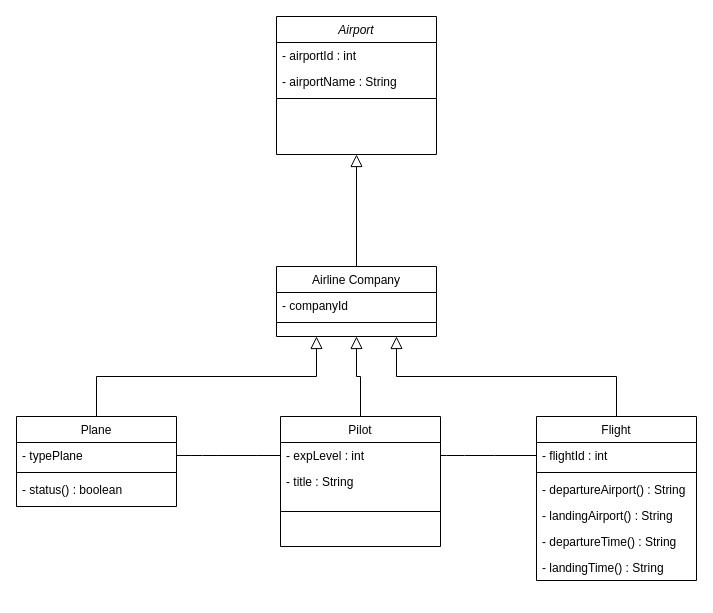
Above: src/Başlıksız Diyagram.drawio in VMA9/FlightManagementSystem (draw.io), before the change. Source tidied: cells renumbered, new cells numbered last; positions are measured from the earlier drawing's top-left corner, leaving out a move shared by most shapes. Both pictures are drawn from the tidied source at 100%, with x=0, y=0 at pixel (16, 16).
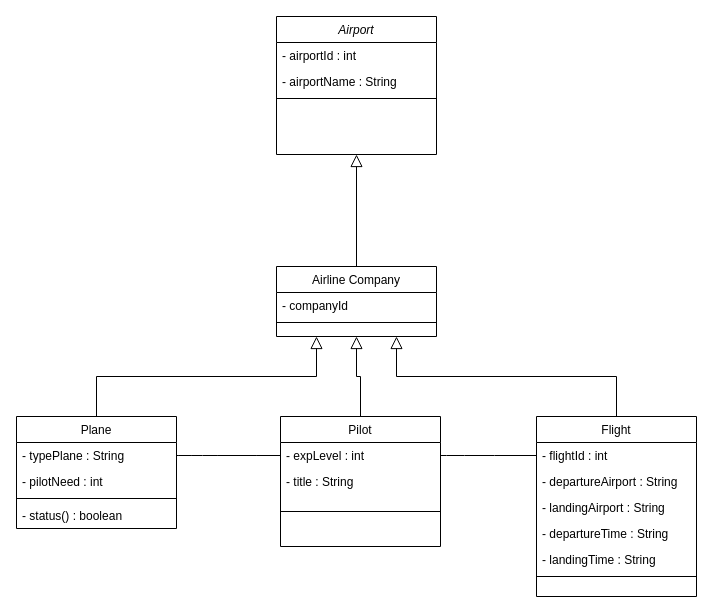
Above is the later version.

The change refers to these unchanged cells:
```xml
<mxCell id="24" value="- expLevel : int" style="text;align=left;verticalAlign=top;spacingLeft=4;spacingRight=4;overflow=hidden;points=[[0,0.5],[1,0.5]];portConstraint=eastwest;" parent="23" vertex="1">
  <mxGeometry y="26" width="160" height="26" as="geometry" />
</mxCell>
```

Diff of the diagram source:
```diff
@@
     <mxCell id="6" value="Plane" style="swimlane;fontStyle=0;align=center;verticalAlign=top;horizontal=1;startSize=26;rounded=0;shadow=0;strokeWidth=1;" parent="1" vertex="1">
-      <mxGeometry y="400" width="160" height="90" as="geometry" />
+      <mxGeometry y="400" width="160" height="112" as="geometry" />
     </mxCell>
+    <mxCell id="30" value="- typePlane : String" style="text;align=left;verticalAlign=top;spacingLeft=4;spacingRight=4;overflow=hidden;points=[[0,0.5],[1,0.5]];portConstraint=eastwest;" parent="6" vertex="1">
+      <mxGeometry y="26" width="160" height="26" as="geometry" />
+    </mxCell>
-    <mxCell id="7" value="- typePlane" style="text;align=left;verticalAlign=top;spacingLeft=4;spacingRight=4;overflow=hidden;points=[[0,0.5],[1,0.5]];portConstraint=eastwest;" parent="6" vertex="1">
-      <mxGeometry y="26" width="160" height="26" as="geometry" />
+    <mxCell id="7" value="- pilotNeed : int" style="text;align=left;verticalAlign=top;spacingLeft=4;spacingRight=4;overflow=hidden;points=[[0,0.5],[1,0.5]];portConstraint=eastwest;" parent="6" vertex="1">
+      <mxGeometry y="52" width="160" height="26" as="geometry" />
     </mxCell>
     <mxCell id="8" style="line;html=1;strokeWidth=1;align=left;verticalAlign=middle;spacingTop=-1;spacingLeft=3;spacingRight=3;labelPosition=right;" parent="6" vertex="1">
-      <mxGeometry y="52" width="160" height="8" as="geometry" />
+      <mxGeometry y="78" width="160" height="8" as="geometry" />
     </mxCell>
     <mxCell id="9" value="- status() : boolean" style="text;align=left;verticalAlign=top;spacingLeft=4;spacingRight=4;overflow=hidden;" parent="6" vertex="1">
-      <mxGeometry y="60" width="160" height="26" as="geometry" />
+      <mxGeometry y="86" width="160" height="26" as="geometry" />
     </mxCell>
@@
     <mxCell id="15" value="Flight" style="swimlane;fontStyle=0;align=center;verticalAlign=top;horizontal=1;startSize=26;rounded=0;shadow=0;strokeWidth=1;" parent="1" vertex="1">
-      <mxGeometry x="520" y="400" width="160" height="164" as="geometry" />
+      <mxGeometry x="520" y="400" width="160" height="180" as="geometry" />
     </mxCell>
@@
-    <mxCell id="17" style="line;html=1;strokeWidth=1;align=left;verticalAlign=middle;spacingTop=-1;spacingLeft=3;spacingRight=3;labelPosition=right;" parent="15" vertex="1">
-      <mxGeometry y="52" width="160" height="8" as="geometry" />
-    </mxCell>
-    <mxCell id="18" value="- departureAirport() : String" style="text;align=left;verticalAlign=top;spacingLeft=4;spacingRight=4;overflow=hidden;" parent="15" vertex="1">
-      <mxGeometry y="60" width="160" height="26" as="geometry" />
+    <mxCell id="18" value="- departureAirport : String" style="text;align=left;verticalAlign=top;spacingLeft=4;spacingRight=4;overflow=hidden;" parent="15" vertex="1">
+      <mxGeometry y="52" width="160" height="26" as="geometry" />
     </mxCell>
-    <mxCell id="19" value="- landingAirport() : String" style="text;align=left;verticalAlign=top;spacingLeft=4;spacingRight=4;overflow=hidden;" parent="15" vertex="1">
-      <mxGeometry y="86" width="160" height="26" as="geometry" />
+    <mxCell id="19" value="- landingAirport : String" style="text;align=left;verticalAlign=top;spacingLeft=4;spacingRight=4;overflow=hidden;" parent="15" vertex="1">
+      <mxGeometry y="78" width="160" height="26" as="geometry" />
     </mxCell>
-    <mxCell id="20" value="- departureTime() : String" style="text;align=left;verticalAlign=top;spacingLeft=4;spacingRight=4;overflow=hidden;" parent="15" vertex="1">
-      <mxGeometry y="112" width="160" height="26" as="geometry" />
+    <mxCell id="20" value="- departureTime : String" style="text;align=left;verticalAlign=top;spacingLeft=4;spacingRight=4;overflow=hidden;" parent="15" vertex="1">
+      <mxGeometry y="104" width="160" height="26" as="geometry" />
     </mxCell>
-    <mxCell id="21" value="- landingTime() : String" style="text;align=left;verticalAlign=top;spacingLeft=4;spacingRight=4;overflow=hidden;" parent="15" vertex="1">
-      <mxGeometry y="138" width="160" height="26" as="geometry" />
+    <mxCell id="21" value="- landingTime : String" style="text;align=left;verticalAlign=top;spacingLeft=4;spacingRight=4;overflow=hidden;" parent="15" vertex="1">
+      <mxGeometry y="130" width="160" height="26" as="geometry" />
     </mxCell>
+    <mxCell id="17" style="line;html=1;strokeWidth=1;align=left;verticalAlign=middle;spacingTop=-1;spacingLeft=3;spacingRight=3;labelPosition=right;" parent="15" vertex="1">
+      <mxGeometry y="156" width="160" height="8" as="geometry" />
+    </mxCell>
@@
-    <mxCell id="28" style="endArrow=none;html=1;rounded=0;fontSize=12;startSize=14;endSize=14;sourcePerimeterSpacing=8;targetPerimeterSpacing=8;curved=1;exitX=1;exitY=0.5;exitDx=0;exitDy=0;entryX=0;entryY=0.5;entryDx=0;entryDy=0;" parent="1" edge="1" source="7" target="24">
+    <mxCell id="28" style="endArrow=none;html=1;rounded=0;fontSize=12;startSize=14;endSize=14;sourcePerimeterSpacing=8;targetPerimeterSpacing=8;curved=1;exitX=1;exitY=0.5;exitDx=0;exitDy=0;entryX=0;entryY=0.5;entryDx=0;entryDy=0;" parent="1" edge="1" source="30" target="24">
       <mxGeometry relative="1" as="geometry" />
     </mxCell>
```
